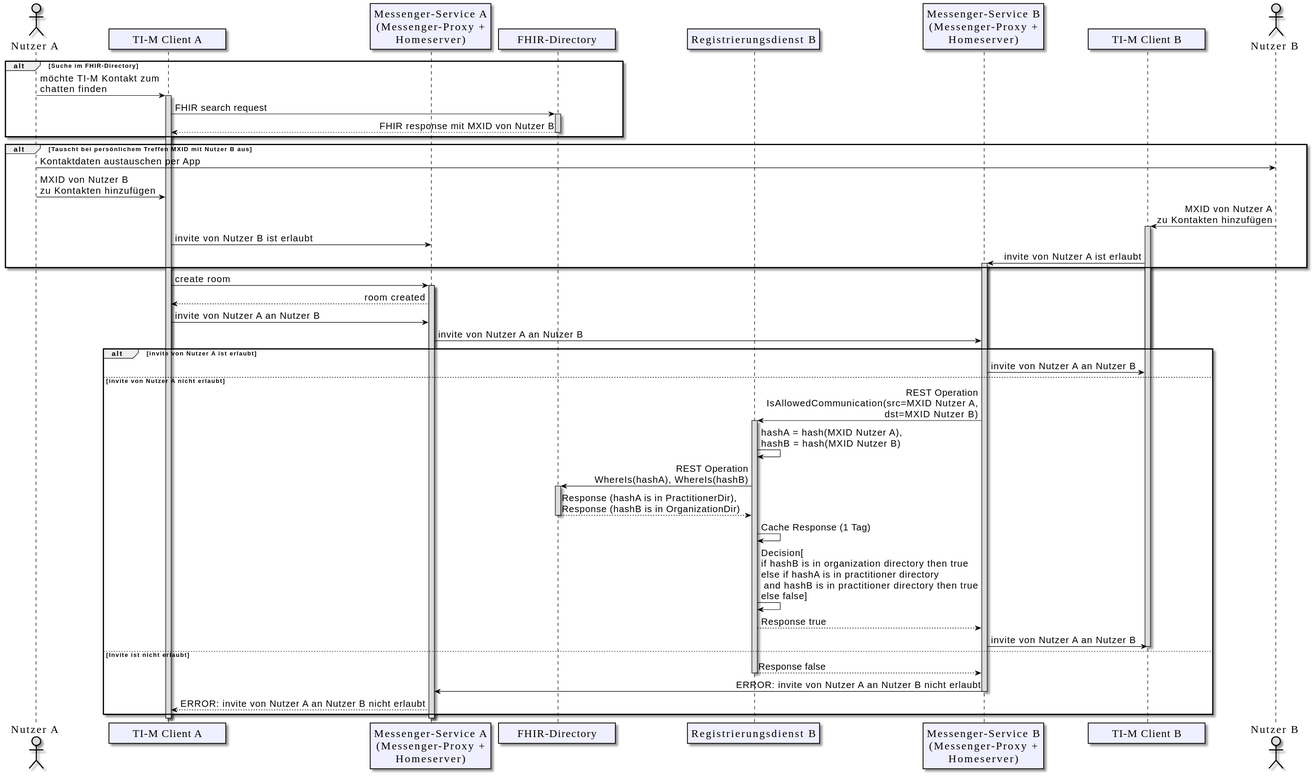
The PlantUML diagram images/diagrams/architecture/Communication_control_without_PASSporT.svg in gematik/api-ti-messenger, before a commit.
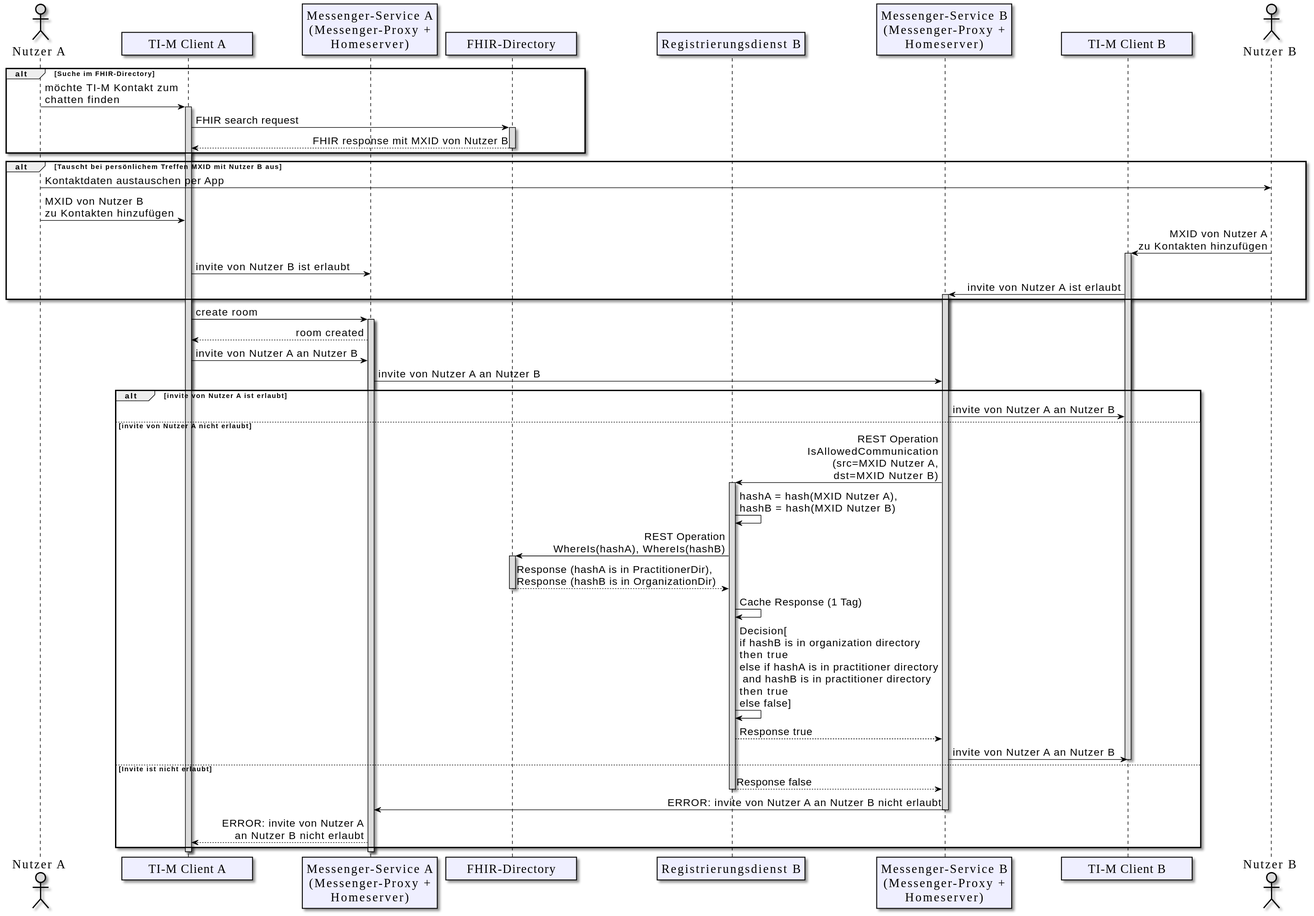
Later version of the same file.

Commit message:
Commit from GitHub Actions (GeneratePlantumlImages)

What changed in the source:
```diff
@@ -61,7 +61,7 @@
 alt invite von Nutzer A ist erlaubt
 mpb -> clb: invite von Nutzer A an Nutzer B
 else invite von Nutzer A nicht erlaubt
-mpb -> rdb: REST Operation\nIsAllowedCommunication(src=MXID Nutzer A,\n dst=MXID Nutzer B)
+mpb -> rdb: REST Operation\nIsAllowedCommunication\n(src=MXID Nutzer A,\n dst=MXID Nutzer B)
 activate rdb
 rdb -> rdb: hashA = hash(MXID Nutzer A),\nhashB = hash(MXID Nutzer B)
 rdb -> fd: REST Operation\nWhereIs(hashA), WhereIs(hashB)
@@ -69,7 +69,7 @@
 fd --> rdb: Response (hashA is in PractitionerDir),\nResponse (hashB is in OrganizationDir)
 deactivate fd
 rdb -> rdb: Cache Response (1 Tag)
-rdb -> rdb: Decision[\nif hashB is in organization directory then true\nelse if hashA is in practitioner directory\n and hashB is in practitioner directory then true\nelse false]
+rdb -> rdb: Decision[\nif hashB is in organization directory\nthen true\nelse if hashA is in practitioner directory\n and hashB is in practitioner directory\nthen true\nelse false]
 rdb --> mpb: Response true
 mpb -> clb: invite von Nutzer A an Nutzer B
 deactivate clb
@@ -78,7 +78,7 @@
 deactivate rdb
 mpb -> mp: ERROR: invite von Nutzer A an Nutzer B nicht erlaubt
 deactivate mpb
-mp --> cl: ERROR: invite von Nutzer A an Nutzer B nicht erlaubt
+mp --> cl: ERROR: invite von Nutzer A\nan Nutzer B nicht erlaubt
 end
 deactivate mp
 deactivate cl
```
